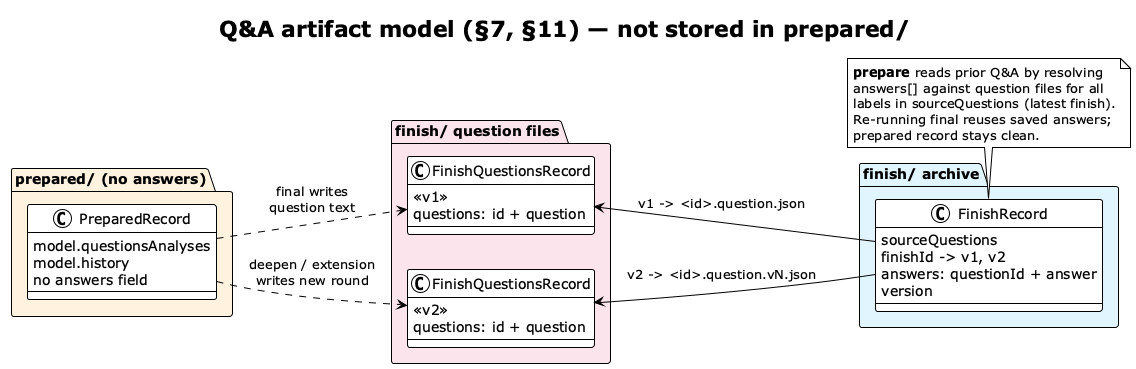
Earlier version of the PlantUML export img/final-qa-artifacts.png (vzakharchenko/dev-workgraph). Its diagram source:
```plantuml
@startuml final-qa-artifacts
!theme plain
skinparam shadowing false
skinparam classBackgroundColor #FAFAFA

title **Q&A artifact model** (§7, §11) — not stored in prepared/

left to right direction

package "**prepared/** (no answers)" #FFF3E0 {
  class "PreparedRecord" as PR {
    model.questionsAnalyses
    model.history
    no answers field
  }
}

package "**finish/** question files" #FCE4EC {
  class "FinishQuestionsRecord" as FQ1 {
    <<v1>>
    questions: id + question
  }
  class "FinishQuestionsRecord" as FQ2 {
    <<v2>>
    questions: id + question
  }
}

package "**finish/** archive" #E1F5FE {
  class "FinishRecord" as FR {
    sourceQuestions
    finishId -> v1, v2
    answers: questionId + answer
    version
  }
}

PR ..> FQ1 : final writes\nquestion text
PR ..> FQ2 : deepen / extension\nwrites new round

FQ1 <-- FR : v1 -> <id>.question.json
FQ2 <-- FR : v2 -> <id>.question.vN.json

note bottom of FR
  **prepare** reads prior Q&A by resolving
  answers[] against question files for all
  labels in sourceQuestions (latest finish).
  Re-running final reuses saved answers;
  prepared record stays clean.
end note

@enduml
```
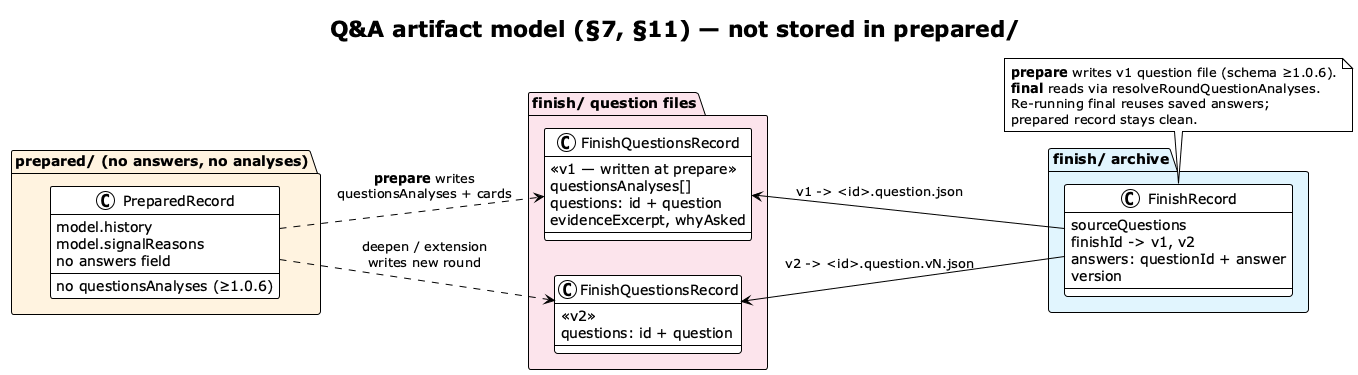
The same diagram one commit later.

Change to the diagram source:
```diff
@@ -7,18 +7,21 @@
 
 left to right direction
 
-package "**prepared/** (no answers)" #FFF3E0 {
+package "**prepared/** (no answers, no analyses)" #FFF3E0 {
   class "PreparedRecord" as PR {
-    model.questionsAnalyses
     model.history
+    model.signalReasons
+    no questionsAnalyses (≥1.0.6)
     no answers field
   }
 }
 
 package "**finish/** question files" #FCE4EC {
   class "FinishQuestionsRecord" as FQ1 {
-    <<v1>>
+    <<v1 — written at prepare>>
+    questionsAnalyses[]
     questions: id + question
+    evidenceExcerpt, whyAsked
   }
   class "FinishQuestionsRecord" as FQ2 {
     <<v2>>
@@ -35,16 +38,15 @@
   }
 }
 
-PR ..> FQ1 : final writes\nquestion text
+PR ..> FQ1 : **prepare** writes\nquestionsAnalyses + cards
 PR ..> FQ2 : deepen / extension\nwrites new round
 
 FQ1 <-- FR : v1 -> <id>.question.json
 FQ2 <-- FR : v2 -> <id>.question.vN.json
 
 note bottom of FR
-  **prepare** reads prior Q&A by resolving
-  answers[] against question files for all
-  labels in sourceQuestions (latest finish).
+  **prepare** writes v1 question file (schema ≥1.0.6).
+  **final** reads via resolveRoundQuestionAnalyses.
   Re-running final reuses saved answers;
   prepared record stays clean.
 end note
```
